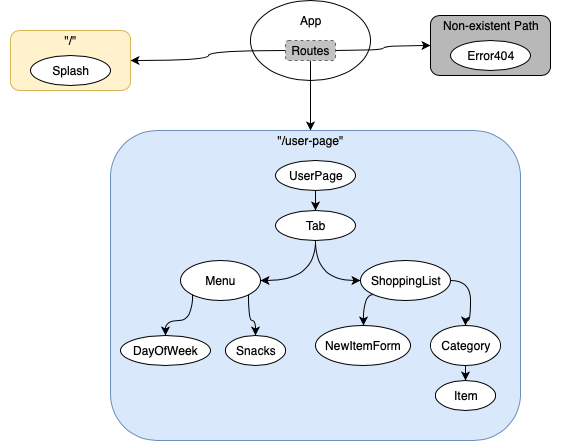
This is src/assets/images/Components.png from schoinh/munchprep-web, a draw.io export, as it was before one commit. Source tidied: cells renumbered, new cells last; positions are measured from the earlier drawing's top-left corner, leaving out a move shared by most shapes.
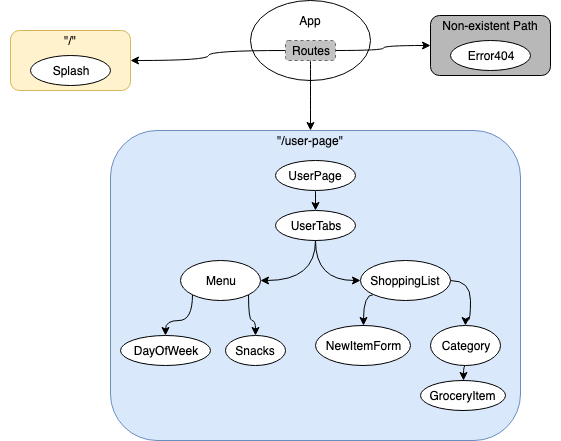
Later version of the same file.

Commit message:
update component names

Diff of the diagram source:
```diff
@@ -56,7 +56,7 @@
     <mxCell id="19" style="edgeStyle=orthogonalEdgeStyle;curved=1;jettySize=auto;html=1;exitX=0.5;exitY=1;exitDx=0;exitDy=0;entryX=1;entryY=0.5;entryDx=0;entryDy=0;" parent="1" edge="1" source="20" target="23">
       <mxGeometry relative="1" as="geometry" />
     </mxCell>
-    <mxCell id="20" value="Tab" style="ellipse;whiteSpace=wrap;html=1;fillColor=#ffffff;gradientColor=none;" parent="1" vertex="1">
+    <mxCell id="20" value="UserTabs" style="ellipse;whiteSpace=wrap;html=1;fillColor=#ffffff;gradientColor=none;" parent="1" vertex="1">
       <mxGeometry x="275" y="210" width="80" height="30" as="geometry" />
     </mxCell>
     <mxCell id="21" style="edgeStyle=orthogonalEdgeStyle;curved=1;jettySize=auto;html=1;exitX=0;exitY=1;exitDx=0;exitDy=0;" parent="1" edge="1" source="23" target="27">
@@ -92,8 +92,8 @@
     <mxCell id="31" value="Category" style="ellipse;whiteSpace=wrap;html=1;fillColor=#ffffff;gradientColor=none;" parent="1" vertex="1">
       <mxGeometry x="430" y="325" width="70" height="40" as="geometry" />
     </mxCell>
-    <mxCell id="32" value="Item" style="ellipse;whiteSpace=wrap;html=1;fillColor=#ffffff;gradientColor=none;" parent="1" vertex="1">
-      <mxGeometry x="435" y="380" width="60" height="30" as="geometry" />
+    <mxCell id="32" value="GroceryItem" style="ellipse;whiteSpace=wrap;html=1;fillColor=#ffffff;gradientColor=none;" parent="1" vertex="1">
+      <mxGeometry x="420" y="380" width="85" height="30" as="geometry" />
     </mxCell>
   </root>
 </mxGraphModel>
```
